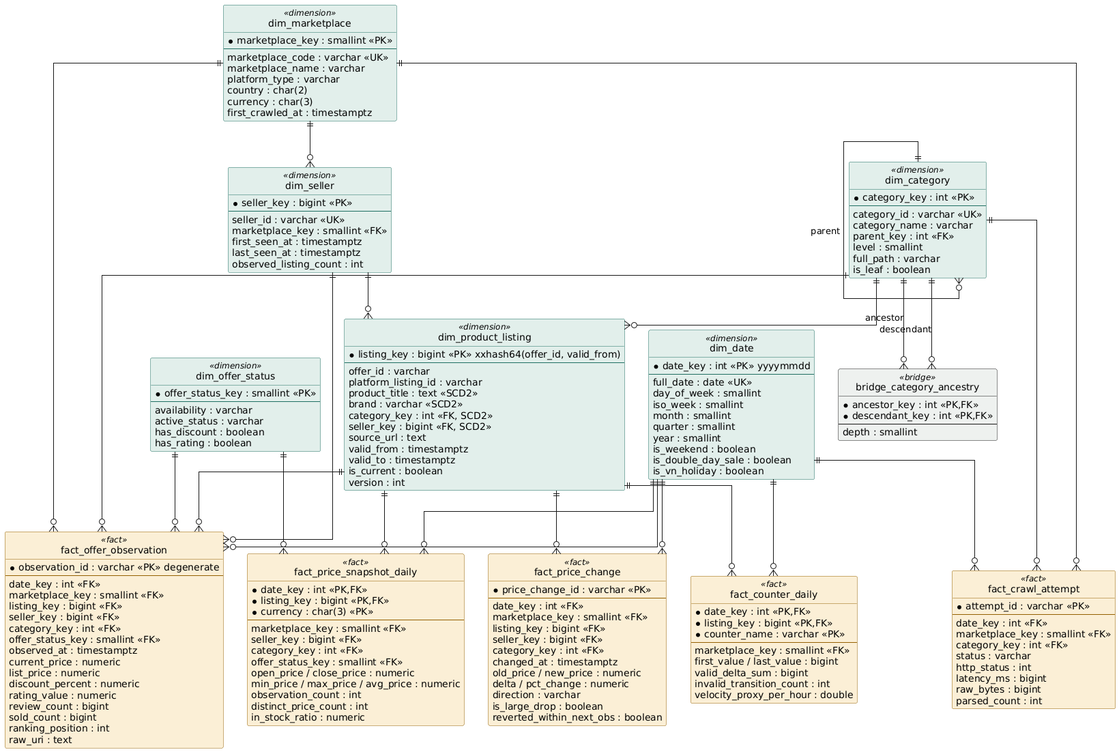
Earlier version of the PlantUML export docs/model/marketplace_star_schema.png (Duy-Duc82/ecommerce-lambda-architecture). Source of this version:
```plantuml
@startuml marketplace_star_schema

hide circle
skinparam linetype ortho
skinparam shadowing false
skinparam class {
  BackgroundColor<<dimension>> #E2EFEB
  BorderColor<<dimension>> #1F6F62
  BackgroundColor<<fact>> #FBEFD6
  BorderColor<<fact>> #946000
  BackgroundColor<<bridge>> #EEF1EF
}

entity "dim_date" as dim_date <<dimension>> {
  * date_key : int <<PK>> yyyymmdd
  --
  full_date : date <<UK>>
  day_of_week : smallint
  iso_week : smallint
  month : smallint
  quarter : smallint
  year : smallint
  is_weekend : boolean
  is_double_day_sale : boolean
  is_vn_holiday : boolean
}

entity "dim_marketplace" as dim_marketplace <<dimension>> {
  * marketplace_key : smallint <<PK>>
  --
  marketplace_code : varchar <<UK>>
  marketplace_name : varchar
  platform_type : varchar
  country : char(2)
  currency : char(3)
  first_crawled_at : timestamptz
}

entity "dim_seller" as dim_seller <<dimension>> {
  * seller_key : bigint <<PK>>
  --
  seller_id : varchar <<UK>>
  marketplace_key : smallint <<FK>>
  first_seen_at : timestamptz
  last_seen_at : timestamptz
  observed_listing_count : int
}

entity "dim_category" as dim_category <<dimension>> {
  * category_key : int <<PK>>
  --
  category_id : varchar <<UK>>
  category_name : varchar
  parent_key : int <<FK>>
  level : smallint
  full_path : varchar
  is_leaf : boolean
}

entity "bridge_category_ancestry" as bridge <<bridge>> {
  * ancestor_key : int <<PK,FK>>
  * descendant_key : int <<PK,FK>>
  --
  depth : smallint
}

entity "dim_product_listing" as dim_listing <<dimension>> {
  * listing_key : bigint <<PK>> xxhash64(offer_id, valid_from)
  --
  offer_id : varchar
  platform_listing_id : varchar
  product_title : text <<SCD2>>
  brand : varchar <<SCD2>>
  category_key : int <<FK, SCD2>>
  seller_key : bigint <<FK, SCD2>>
  source_url : text
  valid_from : timestamptz
  valid_to : timestamptz
  is_current : boolean
  version : int
}

entity "dim_offer_status" as dim_status <<dimension>> {
  * offer_status_key : smallint <<PK>>
  --
  availability : varchar
  active_status : varchar
  has_discount : boolean
  has_rating : boolean
}

entity "fact_offer_observation" as f_obs <<fact>> {
  * observation_id : varchar <<PK>> degenerate
  --
  date_key : int <<FK>>
  marketplace_key : smallint <<FK>>
  listing_key : bigint <<FK>>
  seller_key : bigint <<FK>>
  category_key : int <<FK>>
  offer_status_key : smallint <<FK>>
  observed_at : timestamptz
  current_price : numeric
  list_price : numeric
  discount_percent : numeric
  rating_value : numeric
  review_count : bigint
  sold_count : bigint
  ranking_position : int
  raw_uri : text
}

entity "fact_price_snapshot_daily" as f_snap <<fact>> {
  * date_key : int <<PK,FK>>
  * listing_key : bigint <<PK,FK>>
  * currency : char(3) <<PK>>
  --
  marketplace_key : smallint <<FK>>
  seller_key : bigint <<FK>>
  category_key : int <<FK>>
  offer_status_key : smallint <<FK>>
  open_price / close_price : numeric
  min_price / max_price / avg_price : numeric
  observation_count : int
  distinct_price_count : int
  in_stock_ratio : numeric
}

entity "fact_price_change" as f_change <<fact>> {
  * price_change_id : varchar <<PK>>
  --
  date_key : int <<FK>>
  marketplace_key : smallint <<FK>>
  listing_key : bigint <<FK>>
  seller_key : bigint <<FK>>
  category_key : int <<FK>>
  changed_at : timestamptz
  old_price / new_price : numeric
  delta / pct_change : numeric
  direction : varchar
  is_large_drop : boolean
  reverted_within_next_obs : boolean
}

entity "fact_counter_daily" as f_counter <<fact>> {
  * date_key : int <<PK,FK>>
  * listing_key : bigint <<PK,FK>>
  * counter_name : varchar <<PK>>
  --
  marketplace_key : smallint <<FK>>
  first_value / last_value : bigint
  valid_delta_sum : bigint
  invalid_transition_count : int
  velocity_proxy_per_hour : double
}

entity "fact_crawl_attempt" as f_crawl <<fact>> {
  * attempt_id : varchar <<PK>>
  --
  date_key : int <<FK>>
  marketplace_key : smallint <<FK>>
  category_key : int <<FK>>
  status : varchar
  http_status : int
  latency_ms : bigint
  raw_bytes : bigint
  parsed_count : int
}

dim_marketplace ||--o{ dim_seller
dim_category ||--o{ dim_category : parent
dim_category ||--o{ bridge : ancestor
dim_category ||--o{ bridge : descendant
dim_category ||--o{ dim_listing
dim_seller ||--o{ dim_listing

dim_date ||--o{ f_obs
dim_marketplace ||--o{ f_obs
dim_listing ||--o{ f_obs
dim_seller ||--o{ f_obs
dim_category ||--o{ f_obs
dim_status ||--o{ f_obs

dim_date ||--o{ f_snap
dim_listing ||--o{ f_snap
dim_status ||--o{ f_snap

dim_date ||--o{ f_change
dim_listing ||--o{ f_change

dim_date ||--o{ f_counter
dim_listing ||--o{ f_counter

dim_date ||--o{ f_crawl
dim_marketplace ||--o{ f_crawl
dim_category ||--o{ f_crawl

@enduml
```
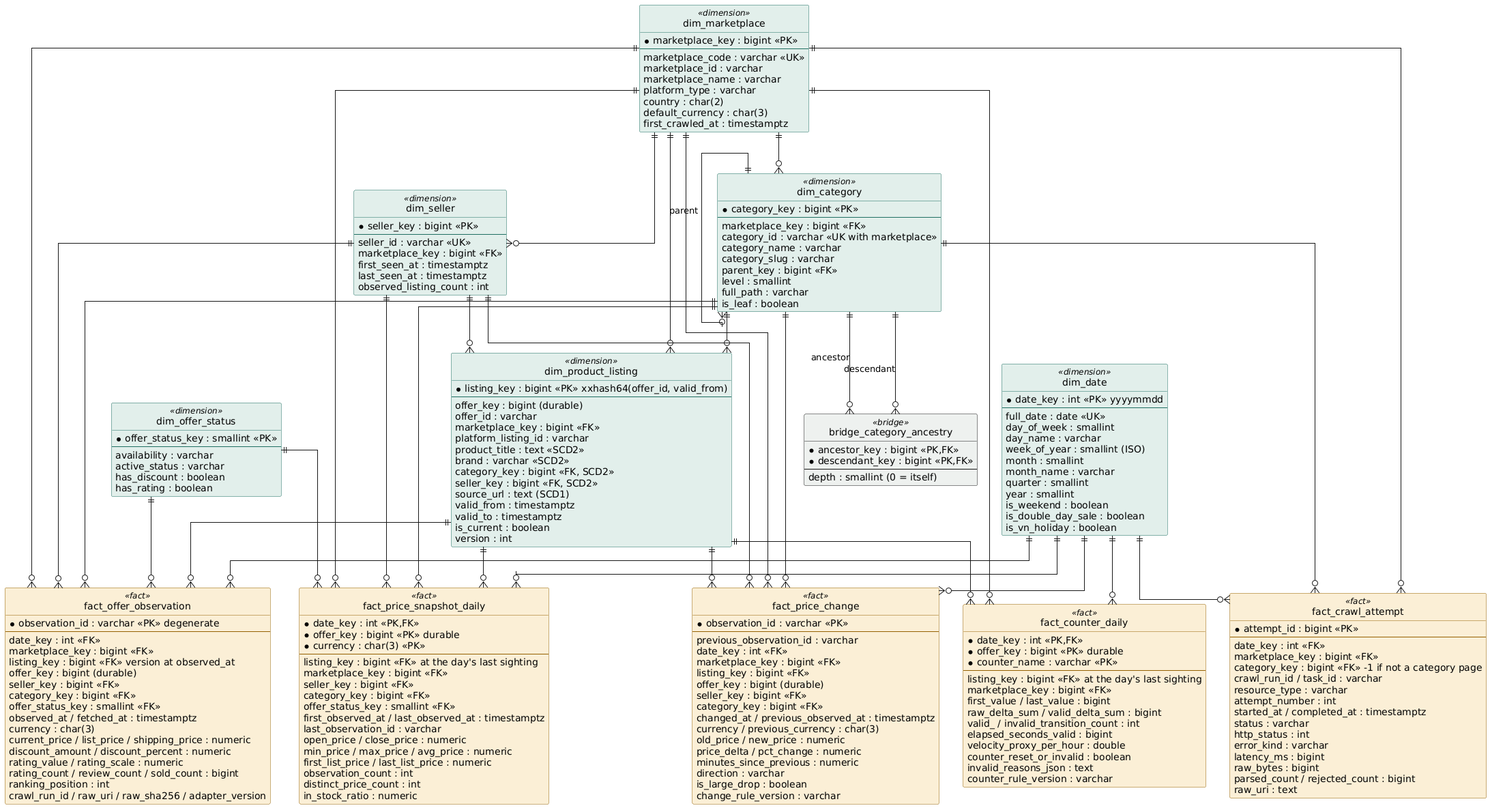
Later version of the same file.

Commit message:
docs: the marketplace star schema in DATA_MODEL

Change to the diagram source:
```diff
@@ -16,8 +16,10 @@
   --
   full_date : date <<UK>>
   day_of_week : smallint
-  iso_week : smallint
+  day_name : varchar
+  week_of_year : smallint (ISO)
   month : smallint
+  month_name : varchar
   quarter : smallint
   year : smallint
   is_weekend : boolean
@@ -26,13 +28,14 @@
 }
 
 entity "dim_marketplace" as dim_marketplace <<dimension>> {
-  * marketplace_key : smallint <<PK>>
+  * marketplace_key : bigint <<PK>>
   --
   marketplace_code : varchar <<UK>>
+  marketplace_id : varchar
   marketplace_name : varchar
   platform_type : varchar
   country : char(2)
-  currency : char(3)
+  default_currency : char(3)
   first_crawled_at : timestamptz
 }
 
@@ -40,40 +43,44 @@
   * seller_key : bigint <<PK>>
   --
   seller_id : varchar <<UK>>
-  marketplace_key : smallint <<FK>>
+  marketplace_key : bigint <<FK>>
   first_seen_at : timestamptz
   last_seen_at : timestamptz
   observed_listing_count : int
 }
 
 entity "dim_category" as dim_category <<dimension>> {
-  * category_key : int <<PK>>
+  * category_key : bigint <<PK>>
   --
-  category_id : varchar <<UK>>
+  marketplace_key : bigint <<FK>>
+  category_id : varchar <<UK with marketplace>>
   category_name : varchar
-  parent_key : int <<FK>>
+  category_slug : varchar
+  parent_key : bigint <<FK>>
   level : smallint
   full_path : varchar
   is_leaf : boolean
 }
 
 entity "bridge_category_ancestry" as bridge <<bridge>> {
-  * ancestor_key : int <<PK,FK>>
-  * descendant_key : int <<PK,FK>>
+  * ancestor_key : bigint <<PK,FK>>
+  * descendant_key : bigint <<PK,FK>>
   --
-  depth : smallint
+  depth : smallint (0 = itself)
 }
 
 entity "dim_product_listing" as dim_listing <<dimension>> {
   * listing_key : bigint <<PK>> xxhash64(offer_id, valid_from)
   --
+  offer_key : bigint (durable)
   offer_id : varchar
+  marketplace_key : bigint <<FK>>
   platform_listing_id : varchar
   product_title : text <<SCD2>>
   brand : varchar <<SCD2>>
-  category_key : int <<FK, SCD2>>
+  category_key : bigint <<FK, SCD2>>
   seller_key : bigint <<FK, SCD2>>
-  source_url : text
+  source_url : text (SCD1)
   valid_from : timestamptz
   valid_to : timestamptz
   is_current : boolean
@@ -93,80 +100,101 @@
   * observation_id : varchar <<PK>> degenerate
   --
   date_key : int <<FK>>
-  marketplace_key : smallint <<FK>>
-  listing_key : bigint <<FK>>
+  marketplace_key : bigint <<FK>>
+  listing_key : bigint <<FK>> version at observed_at
+  offer_key : bigint (durable)
   seller_key : bigint <<FK>>
-  category_key : int <<FK>>
+  category_key : bigint <<FK>>
   offer_status_key : smallint <<FK>>
-  observed_at : timestamptz
-  current_price : numeric
-  list_price : numeric
-  discount_percent : numeric
-  rating_value : numeric
-  review_count : bigint
-  sold_count : bigint
+  observed_at / fetched_at : timestamptz
+  currency : char(3)
+  current_price / list_price / shipping_price : numeric
+  discount_amount / discount_percent : numeric
+  rating_value / rating_scale : numeric
+  rating_count / review_count / sold_count : bigint
   ranking_position : int
-  raw_uri : text
+  crawl_run_id / raw_uri / raw_sha256 / adapter_version
 }
 
 entity "fact_price_snapshot_daily" as f_snap <<fact>> {
   * date_key : int <<PK,FK>>
-  * listing_key : bigint <<PK,FK>>
+  * offer_key : bigint <<PK>> durable
   * currency : char(3) <<PK>>
   --
-  marketplace_key : smallint <<FK>>
+  listing_key : bigint <<FK>> at the day's last sighting
+  marketplace_key : bigint <<FK>>
   seller_key : bigint <<FK>>
-  category_key : int <<FK>>
+  category_key : bigint <<FK>>
   offer_status_key : smallint <<FK>>
+  first_observed_at / last_observed_at : timestamptz
+  last_observation_id : varchar
   open_price / close_price : numeric
   min_price / max_price / avg_price : numeric
+  first_list_price / last_list_price : numeric
   observation_count : int
   distinct_price_count : int
   in_stock_ratio : numeric
 }
 
 entity "fact_price_change" as f_change <<fact>> {
-  * price_change_id : varchar <<PK>>
+  * observation_id : varchar <<PK>>
   --
+  previous_observation_id : varchar
   date_key : int <<FK>>
-  marketplace_key : smallint <<FK>>
+  marketplace_key : bigint <<FK>>
   listing_key : bigint <<FK>>
+  offer_key : bigint (durable)
   seller_key : bigint <<FK>>
-  category_key : int <<FK>>
-  changed_at : timestamptz
+  category_key : bigint <<FK>>
+  changed_at / previous_observed_at : timestamptz
+  currency / previous_currency : char(3)
   old_price / new_price : numeric
-  delta / pct_change : numeric
+  price_delta / pct_change : numeric
+  minutes_since_previous : numeric
   direction : varchar
   is_large_drop : boolean
-  reverted_within_next_obs : boolean
+  change_rule_version : varchar
 }
 
 entity "fact_counter_daily" as f_counter <<fact>> {
   * date_key : int <<PK,FK>>
-  * listing_key : bigint <<PK,FK>>
+  * offer_key : bigint <<PK>> durable
   * counter_name : varchar <<PK>>
   --
-  marketplace_key : smallint <<FK>>
+  listing_key : bigint <<FK>> at the day's last sighting
+  marketplace_key : bigint <<FK>>
   first_value / last_value : bigint
-  valid_delta_sum : bigint
-  invalid_transition_count : int
+  raw_delta_sum / valid_delta_sum : bigint
+  valid_ / invalid_transition_count : int
+  elapsed_seconds_valid : bigint
   velocity_proxy_per_hour : double
+  counter_reset_or_invalid : boolean
+  invalid_reasons_json : text
+  counter_rule_version : varchar
 }
 
 entity "fact_crawl_attempt" as f_crawl <<fact>> {
-  * attempt_id : varchar <<PK>>
+  * attempt_id : bigint <<PK>>
   --
   date_key : int <<FK>>
-  marketplace_key : smallint <<FK>>
-  category_key : int <<FK>>
+  marketplace_key : bigint <<FK>>
+  category_key : bigint <<FK>> -1 if not a category page
+  crawl_run_id / task_id : varchar
+  resource_type : varchar
+  attempt_number : int
+  started_at / completed_at : timestamptz
   status : varchar
   http_status : int
+  error_kind : varchar
   latency_ms : bigint
   raw_bytes : bigint
-  parsed_count : int
+  parsed_count / rejected_count : bigint
+  raw_uri : text
 }
 
 dim_marketplace ||--o{ dim_seller
+dim_marketplace ||--o{ dim_category
+dim_marketplace ||--o{ dim_listing
 dim_category ||--o{ dim_category : parent
 dim_category ||--o{ bridge : ancestor
 dim_category ||--o{ bridge : descendant
@@ -181,13 +209,20 @@
 dim_status ||--o{ f_obs
 
 dim_date ||--o{ f_snap
+dim_marketplace ||--o{ f_snap
 dim_listing ||--o{ f_snap
+dim_seller ||--o{ f_snap
+dim_category ||--o{ f_snap
 dim_status ||--o{ f_snap
 
 dim_date ||--o{ f_change
+dim_marketplace ||--o{ f_change
 dim_listing ||--o{ f_change
+dim_seller ||--o{ f_change
+dim_category ||--o{ f_change
 
 dim_date ||--o{ f_counter
+dim_marketplace ||--o{ f_counter
 dim_listing ||--o{ f_counter
 
 dim_date ||--o{ f_crawl
```
